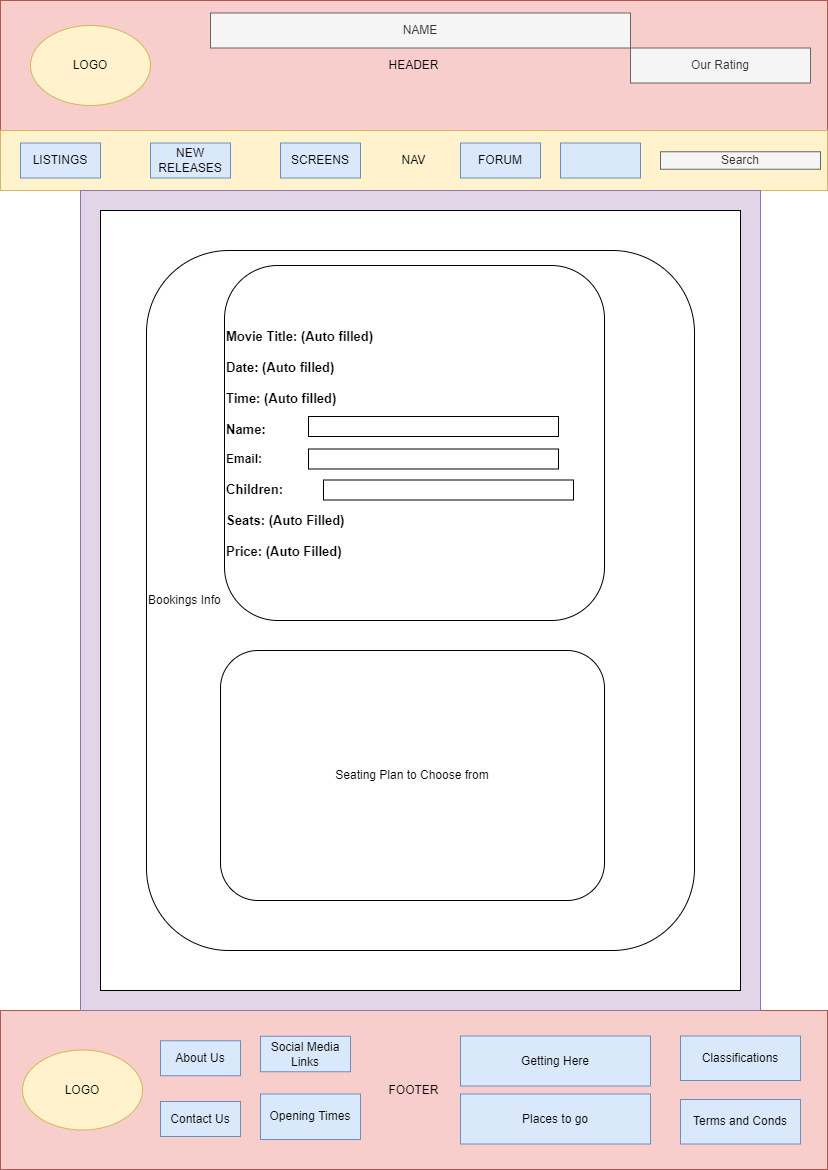
MegaSharkRhinonado/QAProject3 keeps this draw.io diagram as Documentation/Websitedrafts/bookings.drawio.png. Above is the earlier version. Source tidied: cells renumbered, new cells last; positions are measured from the earlier drawing's top-left corner, leaving out a move shared by most shapes.
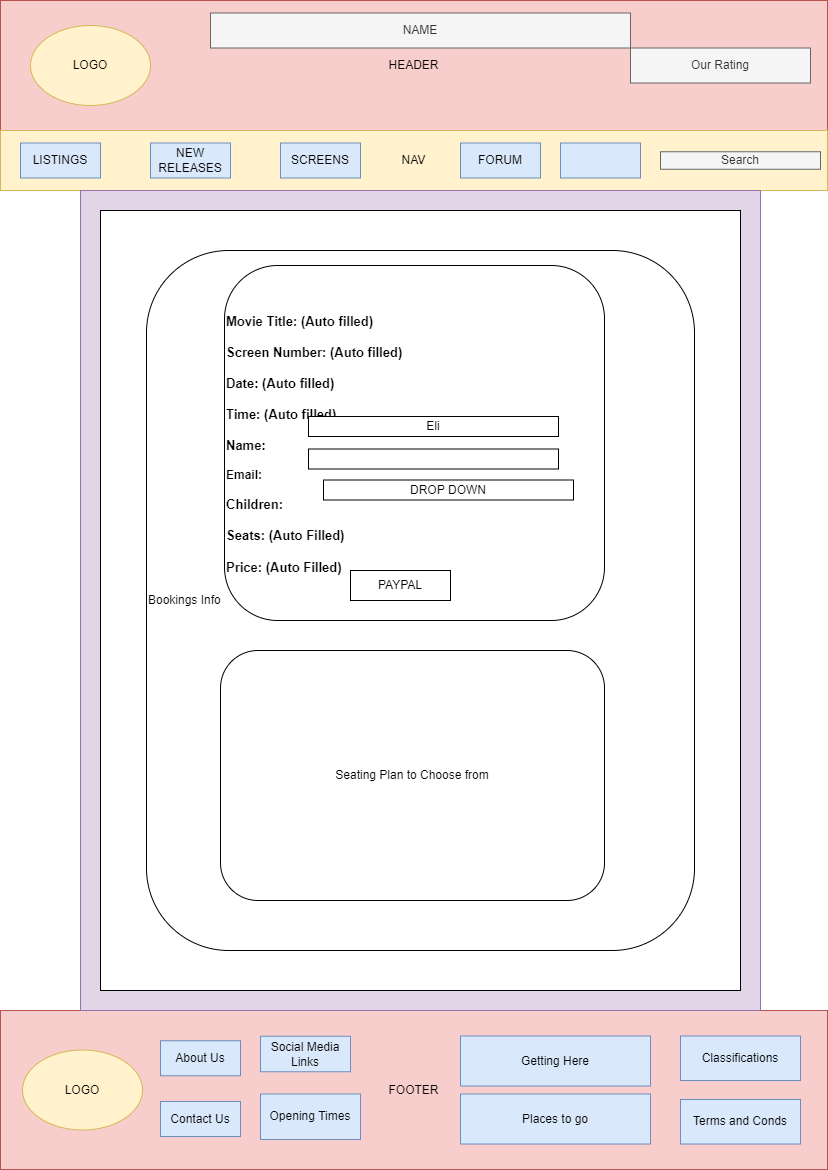
After the change.

Diff of the diagram source:
```diff
@@ -74,20 +74,23 @@
     <mxCell id="25" value="Bookings Info" style="rounded=1;whiteSpace=wrap;html=1;align=left;" parent="1" vertex="1">
       <mxGeometry x="146" y="250" width="548" height="700" as="geometry" />
     </mxCell>
-    <mxCell id="26" value="&lt;span style=&quot;font-size: 13px; font-weight: 700;&quot;&gt;&lt;br&gt;&lt;br&gt;Movie Title: (Auto filled)&lt;/span&gt;&lt;span style=&quot;font-size: 13px; font-weight: 700;&quot;&gt;&lt;br&gt;&lt;br&gt;&lt;/span&gt;&lt;span style=&quot;font-size: 13px; font-weight: 700;&quot;&gt;Date:&amp;nbsp;&lt;/span&gt;&lt;span style=&quot;font-size: 13px; font-weight: 700;&quot;&gt;(Auto filled)&lt;/span&gt;&lt;span style=&quot;font-size: 13px; font-weight: 700;&quot;&gt;&lt;br&gt;&lt;/span&gt;&lt;br style=&quot;padding: 0px; margin: 0px; font-size: 13px; font-weight: 700;&quot;&gt;&lt;span style=&quot;font-size: 13px; font-weight: 700;&quot;&gt;Time:&amp;nbsp;&lt;/span&gt;&lt;span style=&quot;font-size: 13px; font-weight: 700;&quot;&gt;(Auto filled)&lt;/span&gt;&lt;span style=&quot;font-size: 13px; font-weight: 700;&quot;&gt;&lt;br&gt;&lt;br&gt;&lt;/span&gt;&lt;span style=&quot;font-size: 13px; font-weight: 700;&quot;&gt;Name:&lt;/span&gt;&lt;span style=&quot;font-size: 13px; font-weight: 700;&quot;&gt;&lt;br&gt;&lt;/span&gt;&lt;br&gt;&lt;b&gt;Email:&lt;br&gt;&lt;/b&gt;&lt;br style=&quot;padding: 0px; margin: 0px; font-size: 13px; font-weight: 700;&quot;&gt;&lt;span style=&quot;font-size: 13px; font-weight: 700;&quot;&gt;Children:&lt;br&gt;&lt;br&gt;Seats: (Auto Filled)&lt;br&gt;&lt;br&gt;Price: (Auto Filled)&lt;br&gt;&lt;/span&gt;&lt;br style=&quot;padding: 0px; margin: 0px; font-size: 13px; font-weight: 700;&quot;&gt;&lt;div style=&quot;&quot;&gt;&lt;br&gt;&lt;/div&gt;" style="rounded=1;whiteSpace=wrap;html=1;align=left;" parent="1" vertex="1">
+    <mxCell id="26" value="&lt;span style=&quot;font-size: 13px; font-weight: 700;&quot;&gt;&lt;br&gt;&lt;br&gt;Movie Title: (Auto filled)&lt;br&gt;&lt;/span&gt;&lt;span style=&quot;font-size: 13px; font-weight: 700;&quot;&gt;&lt;br&gt;Screen Number: (Auto filled)&lt;br&gt;&lt;br&gt;&lt;/span&gt;&lt;span style=&quot;font-size: 13px; font-weight: 700;&quot;&gt;Date:&amp;nbsp;&lt;/span&gt;&lt;span style=&quot;font-size: 13px; font-weight: 700;&quot;&gt;(Auto filled)&lt;/span&gt;&lt;span style=&quot;font-size: 13px; font-weight: 700;&quot;&gt;&lt;br&gt;&lt;/span&gt;&lt;br style=&quot;padding: 0px; margin: 0px; font-size: 13px; font-weight: 700;&quot;&gt;&lt;span style=&quot;font-size: 13px; font-weight: 700;&quot;&gt;Time:&amp;nbsp;&lt;/span&gt;&lt;span style=&quot;font-size: 13px; font-weight: 700;&quot;&gt;(Auto filled)&lt;/span&gt;&lt;span style=&quot;font-size: 13px; font-weight: 700;&quot;&gt;&lt;br&gt;&lt;br&gt;&lt;/span&gt;&lt;span style=&quot;font-size: 13px; font-weight: 700;&quot;&gt;Name:&lt;/span&gt;&lt;span style=&quot;font-size: 13px; font-weight: 700;&quot;&gt;&lt;br&gt;&lt;/span&gt;&lt;br&gt;&lt;b&gt;Email:&lt;br&gt;&lt;/b&gt;&lt;br style=&quot;padding: 0px; margin: 0px; font-size: 13px; font-weight: 700;&quot;&gt;&lt;span style=&quot;font-size: 13px; font-weight: 700;&quot;&gt;Children:&lt;br&gt;&lt;br&gt;Seats: (Auto Filled)&lt;br&gt;&lt;br&gt;Price: (Auto Filled)&lt;br&gt;&lt;/span&gt;&lt;br style=&quot;padding: 0px; margin: 0px; font-size: 13px; font-weight: 700;&quot;&gt;&lt;div style=&quot;&quot;&gt;&lt;br&gt;&lt;/div&gt;" style="rounded=1;whiteSpace=wrap;html=1;align=left;" parent="1" vertex="1">
       <mxGeometry x="224" y="265" width="380" height="355" as="geometry" />
     </mxCell>
-    <mxCell id="27" style="rounded=0;whiteSpace=wrap;html=1;" parent="1" vertex="1">
+    <mxCell id="27" value="Eli" style="rounded=0;whiteSpace=wrap;html=1;" parent="1" vertex="1">
       <mxGeometry x="308" y="416" width="250" height="20" as="geometry" />
     </mxCell>
     <mxCell id="28" style="rounded=0;whiteSpace=wrap;html=1;" parent="1" vertex="1">
       <mxGeometry x="308" y="448.5" width="250" height="20" as="geometry" />
     </mxCell>
-    <mxCell id="29" style="rounded=0;whiteSpace=wrap;html=1;" parent="1" vertex="1">
+    <mxCell id="29" value="DROP DOWN" style="rounded=0;whiteSpace=wrap;html=1;" parent="1" vertex="1">
       <mxGeometry x="323" y="479.5" width="250" height="20" as="geometry" />
     </mxCell>
     <mxCell id="30" value="Seating Plan to Choose from" style="rounded=1;whiteSpace=wrap;html=1;" parent="1" vertex="1">
       <mxGeometry x="220" y="650" width="384" height="250" as="geometry" />
     </mxCell>
+    <mxCell id="31" value="PAYPAL" style="rounded=0;whiteSpace=wrap;html=1;" parent="1" vertex="1">
+      <mxGeometry x="350" y="570" width="100" height="30" as="geometry" />
+    </mxCell>
   </root>
 </mxGraphModel>
```
